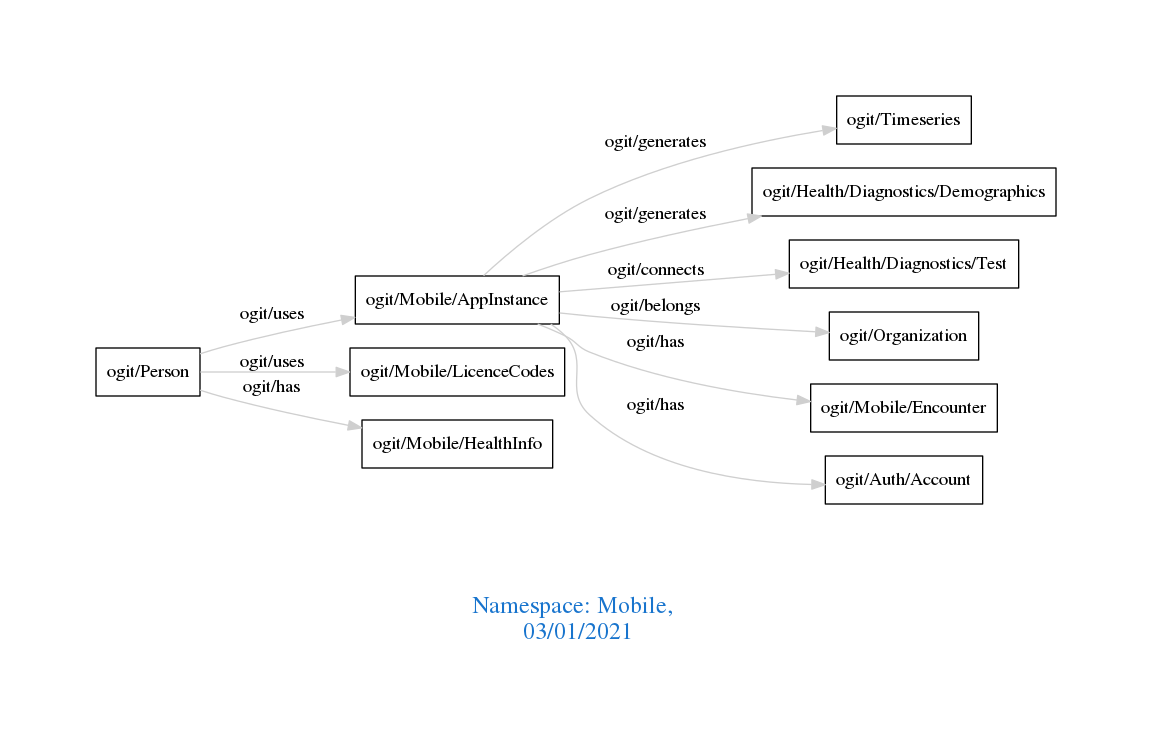
Before: downloads/Mobile.png, a diagram exported from Graphviz (arago/OGIT). Its source is kept beside it as downloads/Mobile.dot.
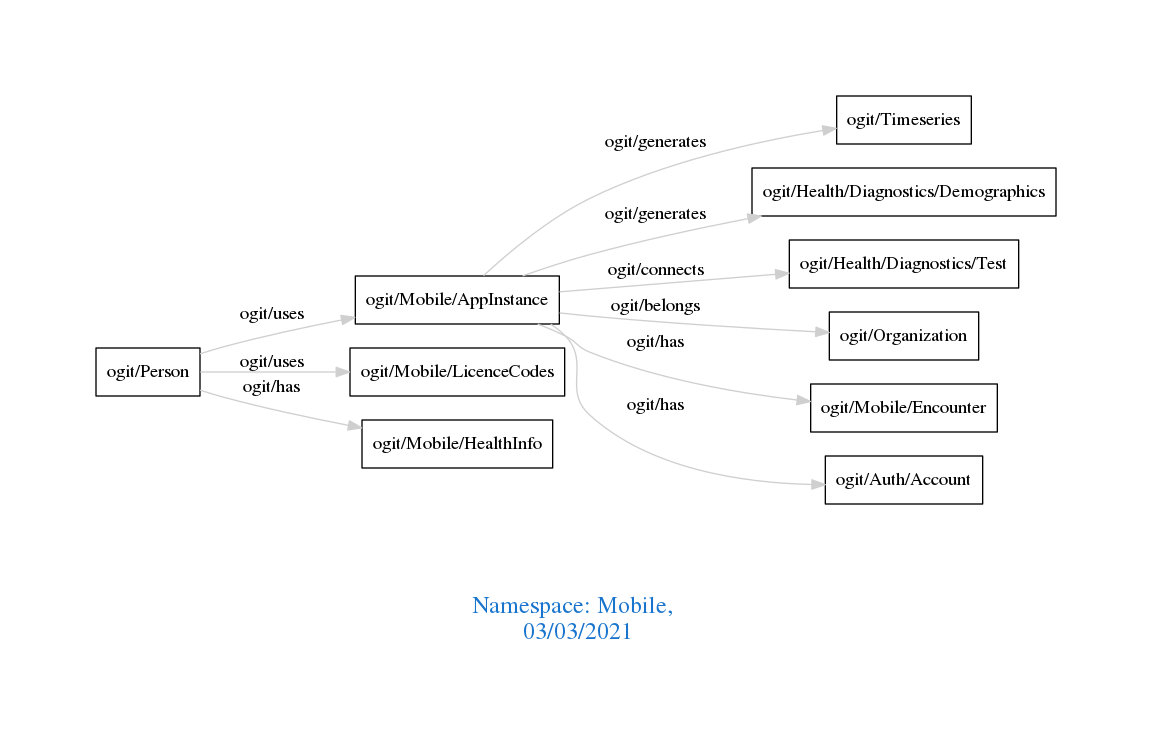
Later version of the same file.

The edit, as a diff of the source:
```diff
@@ -1,7 +1,7 @@
 digraph OGIT_ontology {
  graph [ rankdir= LR,pad=1
 fontsize = 18,
-fontcolor= dodgerblue3,label = "\n\n\nNamespace: Mobile, \n 03/01/2021"];
+fontcolor= dodgerblue3,label = "\n\n\nNamespace: Mobile, \n 03/03/2021"];
 node[shape=polygon];
 edge [  color="gray81"];
 
```
